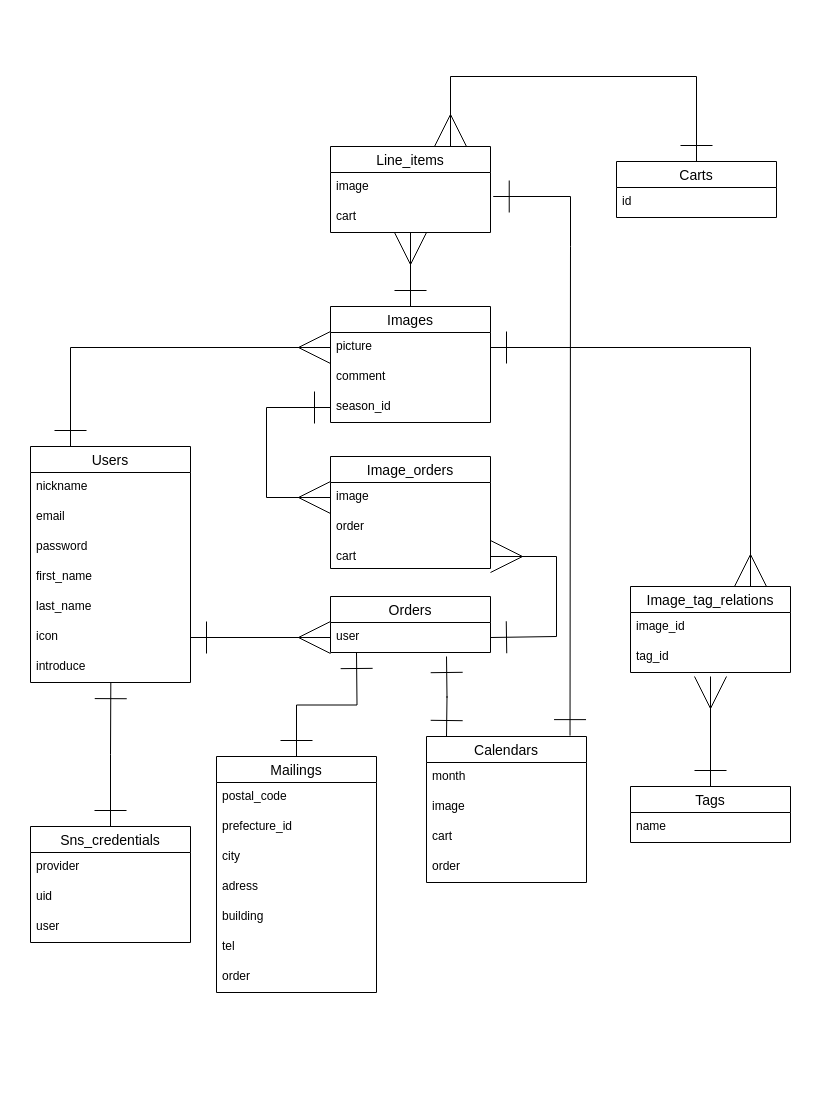
Above: imagecal.dio in phy-homa/imagecal (draw.io), before the change. Source tidied: cells renumbered, new cells numbered last; positions are measured from the earlier drawing's top-left corner, leaving out a move shared by most shapes. Both pictures are drawn from the tidied source at 100%, with x=0, y=0 at pixel (30, 76).
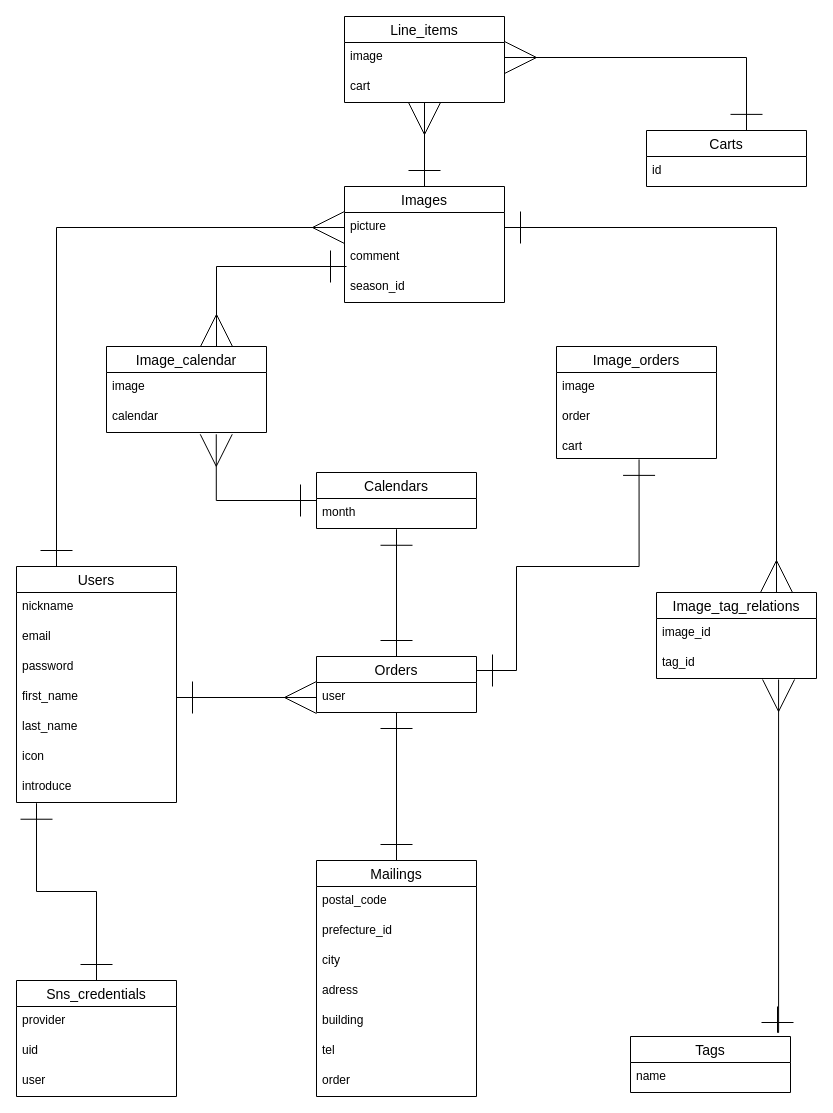
The same diagram, later.

Unchanged cells that the change refers to:
```xml
<mxCell id="6" value="first_name" style="text;strokeColor=none;fillColor=none;spacingLeft=4;spacingRight=4;overflow=hidden;points=[[0,0.5],[1,0.5]];portConstraint=eastwest;fontSize=12;" parent="2" vertex="1">
  <mxGeometry y="116" width="160" height="30" as="geometry" />
</mxCell>
<mxCell id="8" value="icon" style="text;strokeColor=none;fillColor=none;spacingLeft=4;spacingRight=4;overflow=hidden;points=[[0,0.5],[1,0.5]];portConstraint=eastwest;fontSize=12;" parent="2" vertex="1">
  <mxGeometry y="176" width="160" height="30" as="geometry" />
</mxCell>
<mxCell id="9" value="introduce" style="text;strokeColor=none;fillColor=none;spacingLeft=4;spacingRight=4;overflow=hidden;points=[[0,0.5],[1,0.5]];portConstraint=eastwest;fontSize=12;" parent="2" vertex="1">
  <mxGeometry y="206" width="160" height="30" as="geometry" />
</mxCell>
<mxCell id="14" value="season_id" style="text;strokeColor=none;fillColor=none;spacingLeft=4;spacingRight=4;overflow=hidden;points=[[0,0.5],[1,0.5]];portConstraint=eastwest;fontSize=12;" parent="11" vertex="1">
  <mxGeometry y="86" width="160" height="30" as="geometry" />
</mxCell>
<mxCell id="16" value="user" style="text;strokeColor=none;fillColor=none;spacingLeft=4;spacingRight=4;overflow=hidden;points=[[0,0.5],[1,0.5]];portConstraint=eastwest;fontSize=12;" parent="15" vertex="1">
  <mxGeometry y="26" width="160" height="30" as="geometry" />
</mxCell>
<mxCell id="32" value="tag_id" style="text;strokeColor=none;fillColor=none;spacingLeft=4;spacingRight=4;overflow=hidden;points=[[0,0.5],[1,0.5]];portConstraint=eastwest;fontSize=12;" parent="30" vertex="1">
  <mxGeometry y="56" width="160" height="30" as="geometry" />
</mxCell>
<mxCell id="40" value="image" style="text;strokeColor=none;fillColor=none;spacingLeft=4;spacingRight=4;overflow=hidden;points=[[0,0.5],[1,0.5]];portConstraint=eastwest;fontSize=12;" parent="39" vertex="1">
  <mxGeometry y="26" width="160" height="30" as="geometry" />
</mxCell>
<mxCell id="47" value="image" style="text;strokeColor=none;fillColor=none;spacingLeft=4;spacingRight=4;overflow=hidden;points=[[0,0.5],[1,0.5]];portConstraint=eastwest;fontSize=12;" parent="46" vertex="1">
  <mxGeometry y="26" width="160" height="30" as="geometry" />
</mxCell>
<mxCell id="49" value="cart" style="text;strokeColor=none;fillColor=none;spacingLeft=4;spacingRight=4;overflow=hidden;points=[[0,0.5],[1,0.5]];portConstraint=eastwest;fontSize=12;" parent="46" vertex="1">
  <mxGeometry y="86" width="160" height="26" as="geometry" />
</mxCell>
<mxCell id="54" value="month&#10;" style="text;strokeColor=none;fillColor=none;spacingLeft=4;spacingRight=4;overflow=hidden;points=[[0,0.5],[1,0.5]];portConstraint=eastwest;fontSize=12;" parent="53" vertex="1">
  <mxGeometry y="26" width="160" height="30" as="geometry" />
</mxCell>
```

The edit, as a diff of the source:
```diff
@@
     <mxCell id="2" value="Users" style="swimlane;fontStyle=0;horizontal=1;startSize=26;align=center;fontSize=14;" parent="1" vertex="1">
-      <mxGeometry y="370" width="160" height="236" as="geometry" />
+      <mxGeometry x="-14" y="490" width="160" height="236" as="geometry" />
     </mxCell>
@@
     <mxCell id="11" value="Images" style="swimlane;fontStyle=0;horizontal=1;startSize=26;align=center;fontSize=14;" parent="1" vertex="1">
-      <mxGeometry x="300" y="230" width="160" height="116" as="geometry" />
+      <mxGeometry x="314" y="110" width="160" height="116" as="geometry" />
     </mxCell>
@@
+    <mxCell id="59" style="edgeStyle=orthogonalEdgeStyle;rounded=0;jettySize=auto;html=1;exitX=0.5;exitY=0;exitDx=0;exitDy=0;startArrow=ERone;startFill=0;endArrow=ERone;endFill=0;startSize=30;endSize=30;entryX=0.5;entryY=1.026;entryDx=0;entryDy=0;entryPerimeter=0;" parent="1" edge="1" source="15" target="54">
+      <mxGeometry relative="1" as="geometry" />
+    </mxCell>
     <mxCell id="15" value="Orders" style="swimlane;fontStyle=0;horizontal=1;startSize=26;align=center;fontSize=14;" parent="1" vertex="1">
-      <mxGeometry x="300" y="520" width="160" height="56" as="geometry" />
+      <mxGeometry x="286" y="580" width="160" height="56" as="geometry" />
     </mxCell>
@@
-    <mxCell id="17" style="edgeStyle=orthogonalEdgeStyle;rounded=0;jettySize=auto;html=1;entryX=0.5;entryY=1;entryDx=0;entryDy=0;startArrow=ERone;startFill=0;endArrow=ERone;endFill=0;startSize=30;endSize=30;" parent="1" edge="1" source="18">
-      <mxGeometry relative="1" as="geometry">
-        <mxPoint x="326" y="576" as="targetPoint" />
-      </mxGeometry>
+    <mxCell id="17" style="edgeStyle=orthogonalEdgeStyle;rounded=0;jettySize=auto;html=1;startArrow=ERone;startFill=0;endArrow=ERone;endFill=0;startSize=30;endSize=30;entryX=0.5;entryY=1;entryDx=0;entryDy=0;" parent="1" edge="1" source="18" target="15">
+      <mxGeometry relative="1" as="geometry" />
     </mxCell>
     <mxCell id="18" value="Mailings" style="swimlane;fontStyle=0;horizontal=1;startSize=26;align=center;fontSize=14;" parent="1" vertex="1">
-      <mxGeometry x="186" y="680" width="160" height="236" as="geometry" />
+      <mxGeometry x="286" y="784" width="160" height="236" as="geometry" />
     </mxCell>
@@
-    <mxCell id="27" style="edgeStyle=orthogonalEdgeStyle;rounded=0;jettySize=auto;html=1;exitX=0.5;exitY=0;exitDx=0;exitDy=0;startArrow=ERone;startFill=0;endArrow=ERmany;endFill=0;startSize=30;endSize=30;" parent="1" edge="1" source="28">
+    <mxCell id="27" style="edgeStyle=orthogonalEdgeStyle;rounded=0;jettySize=auto;html=1;startArrow=ERone;startFill=0;endArrow=ERmany;endFill=0;startSize=30;endSize=30;entryX=0.763;entryY=1.033;entryDx=0;entryDy=0;entryPerimeter=0;" parent="1" edge="1" target="32">
       <mxGeometry relative="1" as="geometry">
-        <mxPoint x="680" y="600" as="targetPoint" />
+        <mxPoint x="747" y="930" as="sourcePoint" />
+        <Array as="points">
+          <mxPoint x="747" y="956" />
+          <mxPoint x="748" y="956" />
+        </Array>
       </mxGeometry>
     </mxCell>
     <mxCell id="28" value="Tags" style="swimlane;fontStyle=0;horizontal=1;startSize=26;align=center;fontSize=14;" parent="1" vertex="1">
-      <mxGeometry x="600" y="710" width="160" height="56" as="geometry" />
+      <mxGeometry x="600" y="960" width="160" height="56" as="geometry" />
     </mxCell>
@@
     <mxCell id="30" value="Image_tag_relations" style="swimlane;fontStyle=0;horizontal=1;startSize=26;align=center;fontSize=14;" parent="1" vertex="1">
-      <mxGeometry x="600" y="510" width="160" height="86" as="geometry" />
+      <mxGeometry x="626" y="516" width="160" height="86" as="geometry" />
     </mxCell>
@@
-    <mxCell id="34" style="edgeStyle=orthogonalEdgeStyle;rounded=0;jettySize=auto;html=1;startArrow=ERone;startFill=0;endArrow=ERone;endFill=0;startSize=30;endSize=30;entryX=0.502;entryY=1.005;entryDx=0;entryDy=0;entryPerimeter=0;" parent="1" edge="1" source="35" target="9">
+    <mxCell id="34" style="edgeStyle=orthogonalEdgeStyle;rounded=0;jettySize=auto;html=1;startArrow=ERone;startFill=0;endArrow=ERone;endFill=0;startSize=30;endSize=30;entryX=0.125;entryY=1.024;entryDx=0;entryDy=0;entryPerimeter=0;" parent="1" edge="1" source="35" target="9">
       <mxGeometry relative="1" as="geometry" />
     </mxCell>
     <mxCell id="35" value="Sns_credentials" style="swimlane;fontStyle=0;horizontal=1;startSize=26;align=center;fontSize=14;" parent="1" vertex="1">
-      <mxGeometry y="750" width="160" height="116" as="geometry" />
+      <mxGeometry x="-14" y="904" width="160" height="116" as="geometry" />
     </mxCell>
@@
     <mxCell id="39" value="Line_items" style="swimlane;fontStyle=0;horizontal=1;startSize=26;align=center;fontSize=14;" parent="1" vertex="1">
-      <mxGeometry x="300" y="70" width="160" height="86" as="geometry" />
+      <mxGeometry x="314" y="-60" width="160" height="86" as="geometry" />
     </mxCell>
@@
     <mxCell id="42" value="Carts" style="swimlane;fontStyle=0;horizontal=1;startSize=26;align=center;fontSize=14;" parent="1" vertex="1">
-      <mxGeometry x="586" y="85" width="160" height="56" as="geometry" />
+      <mxGeometry x="616" y="54" width="160" height="56" as="geometry" />
     </mxCell>
@@
-    <mxCell id="44" style="edgeStyle=orthogonalEdgeStyle;rounded=0;jettySize=auto;html=1;exitX=0.75;exitY=0;exitDx=0;exitDy=0;endArrow=ERone;endFill=0;entryX=0.5;entryY=0;entryDx=0;entryDy=0;endSize=30;startSize=30;startArrow=ERmany;startFill=0;" parent="1" edge="1" source="39" target="42">
+    <mxCell id="44" style="edgeStyle=orthogonalEdgeStyle;rounded=0;jettySize=auto;html=1;exitX=1;exitY=0.5;exitDx=0;exitDy=0;endArrow=ERone;endFill=0;endSize=30;startSize=30;startArrow=ERmany;startFill=0;entryX=0.625;entryY=-0.002;entryDx=0;entryDy=0;entryPerimeter=0;" parent="1" edge="1" source="40" target="42">
       <mxGeometry relative="1" as="geometry">
         <Array as="points">
-          <mxPoint x="420" />
-          <mxPoint x="666" />
+          <mxPoint x="716" y="-19" />
         </Array>
       </mxGeometry>
     </mxCell>
-    <mxCell id="45" style="edgeStyle=orthogonalEdgeStyle;rounded=0;jettySize=auto;html=1;exitX=1;exitY=0.5;exitDx=0;exitDy=0;startArrow=ERone;startFill=0;endSize=30;startSize=30;endArrow=ERmany;endFill=0;" parent="1" edge="1" source="8" target="16">
+    <mxCell id="45" style="edgeStyle=orthogonalEdgeStyle;rounded=0;jettySize=auto;html=1;startArrow=ERone;startFill=0;endSize=30;startSize=30;endArrow=ERmany;endFill=0;exitX=1;exitY=0.5;exitDx=0;exitDy=0;exitPerimeter=0;" parent="1" edge="1" source="6" target="16">
       <mxGeometry relative="1" as="geometry" />
     </mxCell>
     <mxCell id="46" value="Image_orders" style="swimlane;fontStyle=0;horizontal=1;startSize=26;align=center;fontSize=14;" parent="1" vertex="1">
-      <mxGeometry x="300" y="380" width="160" height="112" as="geometry" />
+      <mxGeometry x="526" y="270" width="160" height="112" as="geometry" />
     </mxCell>
@@
-    <mxCell id="50" style="edgeStyle=orthogonalEdgeStyle;rounded=0;jettySize=auto;html=1;exitX=0;exitY=0.5;exitDx=0;exitDy=0;entryX=0;entryY=0.5;entryDx=0;entryDy=0;startArrow=ERone;startFill=0;endArrow=ERmany;endFill=0;startSize=30;endSize=30;" parent="1" edge="1" source="14" target="47">
-      <mxGeometry relative="1" as="geometry">
-        <Array as="points">
-          <mxPoint x="236" y="331" />
-          <mxPoint x="236" y="421" />
-        </Array>
-      </mxGeometry>
-    </mxCell>
-    <mxCell id="51" style="edgeStyle=orthogonalEdgeStyle;rounded=0;jettySize=auto;html=1;entryX=1;entryY=0.5;entryDx=0;entryDy=0;startArrow=ERmany;startFill=0;endArrow=ERone;endFill=0;startSize=30;endSize=30;" parent="1" edge="1" target="16">
-      <mxGeometry relative="1" as="geometry">
-        <mxPoint x="460" y="480" as="sourcePoint" />
-        <Array as="points">
-          <mxPoint x="460" y="480" />
-          <mxPoint x="526" y="480" />
-          <mxPoint x="526" y="560" />
-          <mxPoint x="460" y="560" />
-        </Array>
-      </mxGeometry>
-    </mxCell>
-    <mxCell id="52" style="edgeStyle=orthogonalEdgeStyle;rounded=0;orthogonalLoop=1;jettySize=auto;html=1;startSize=30;endSize=30;startArrow=ERone;startFill=0;endArrow=ERone;endFill=0;" parent="1" edge="1">
-      <mxGeometry relative="1" as="geometry">
-        <mxPoint x="416" y="660" as="sourcePoint" />
-        <mxPoint x="416" y="580" as="targetPoint" />
-      </mxGeometry>
-    </mxCell>
+    <mxCell id="60" style="edgeStyle=orthogonalEdgeStyle;rounded=0;jettySize=auto;html=1;startArrow=ERone;startFill=0;endArrow=ERmany;endFill=0;startSize=30;endSize=30;entryX=0.686;entryY=1.06;entryDx=0;entryDy=0;entryPerimeter=0;" parent="1" edge="1" source="53" target="63">
+      <mxGeometry relative="1" as="geometry">
+        <Array as="points">
+          <mxPoint x="186" y="424" />
+        </Array>
+      </mxGeometry>
+    </mxCell>
     <mxCell id="53" value="Calendars" style="swimlane;fontStyle=0;horizontal=1;startSize=26;align=center;fontSize=14;" parent="1" vertex="1">
-      <mxGeometry x="396" y="660" width="160" height="146" as="geometry" />
+      <mxGeometry x="286" y="396" width="160" height="56" as="geometry" />
     </mxCell>
@@
+    <mxCell id="61" style="edgeStyle=orthogonalEdgeStyle;rounded=0;jettySize=auto;html=1;startArrow=ERmany;startFill=0;endArrow=ERone;endFill=0;startSize=30;endSize=30;" parent="1" edge="1" source="62">
+      <mxGeometry relative="1" as="geometry">
+        <mxPoint x="316" y="190" as="targetPoint" />
+        <Array as="points">
+          <mxPoint x="186" y="190" />
+          <mxPoint x="316" y="190" />
+        </Array>
+      </mxGeometry>
+    </mxCell>
+    <mxCell id="62" value="Image_calendar" style="swimlane;fontStyle=0;horizontal=1;startSize=26;align=center;fontSize=14;" parent="1" vertex="1">
+      <mxGeometry x="76" y="270" width="160" height="86" as="geometry" />
+    </mxCell>
-    <mxCell id="55" value="image" style="text;strokeColor=none;fillColor=none;spacingLeft=4;spacingRight=4;overflow=hidden;fontSize=12;" parent="53" vertex="1">
-      <mxGeometry y="56" width="160" height="30" as="geometry" />
+    <mxCell id="55" value="image&#10;" style="text;strokeColor=none;fillColor=none;spacingLeft=4;spacingRight=4;overflow=hidden;fontSize=12;" parent="62" vertex="1">
+      <mxGeometry y="26" width="160" height="30" as="geometry" />
     </mxCell>
-    <mxCell id="56" value="cart" style="text;strokeColor=none;fillColor=none;spacingLeft=4;spacingRight=4;overflow=hidden;fontSize=12;" parent="53" vertex="1">
-      <mxGeometry y="86" width="160" height="30" as="geometry" />
-    </mxCell>
-    <mxCell id="57" value="order" style="text;strokeColor=none;fillColor=none;spacingLeft=4;spacingRight=4;overflow=hidden;fontSize=12;" parent="53" vertex="1">
-      <mxGeometry y="116" width="160" height="30" as="geometry" />
-    </mxCell>
-    <mxCell id="58" style="edgeStyle=orthogonalEdgeStyle;rounded=0;jettySize=auto;html=1;startArrow=ERone;startFill=0;endArrow=ERone;endFill=0;startSize=30;endSize=30;entryX=0.897;entryY=-0.006;entryDx=0;entryDy=0;entryPerimeter=0;exitX=1.017;exitY=0.8;exitDx=0;exitDy=0;exitPerimeter=0;" parent="1" edge="1" source="40" target="53">
-      <mxGeometry relative="1" as="geometry">
-        <Array as="points">
-          <mxPoint x="540" y="120" />
-          <mxPoint x="540" y="170" />
-        </Array>
-      </mxGeometry>
-    </mxCell>
+    <mxCell id="63" value="calendar" style="text;strokeColor=none;fillColor=none;spacingLeft=4;spacingRight=4;overflow=hidden;points=[[0,0.5],[1,0.5]];portConstraint=eastwest;fontSize=12;" parent="62" vertex="1">
+      <mxGeometry y="56" width="160" height="30" as="geometry" />
+    </mxCell>
+    <mxCell id="64" style="edgeStyle=orthogonalEdgeStyle;rounded=0;jettySize=auto;html=1;exitX=1;exitY=0.25;exitDx=0;exitDy=0;startArrow=ERone;startFill=0;endArrow=ERone;endFill=0;startSize=30;endSize=30;entryX=0.516;entryY=1.034;entryDx=0;entryDy=0;entryPerimeter=0;" parent="1" edge="1" source="15" target="49">
+      <mxGeometry relative="1" as="geometry">
+        <Array as="points">
+          <mxPoint x="486" y="594" />
+          <mxPoint x="486" y="490" />
+          <mxPoint x="609" y="490" />
+        </Array>
+      </mxGeometry>
+    </mxCell>
```
